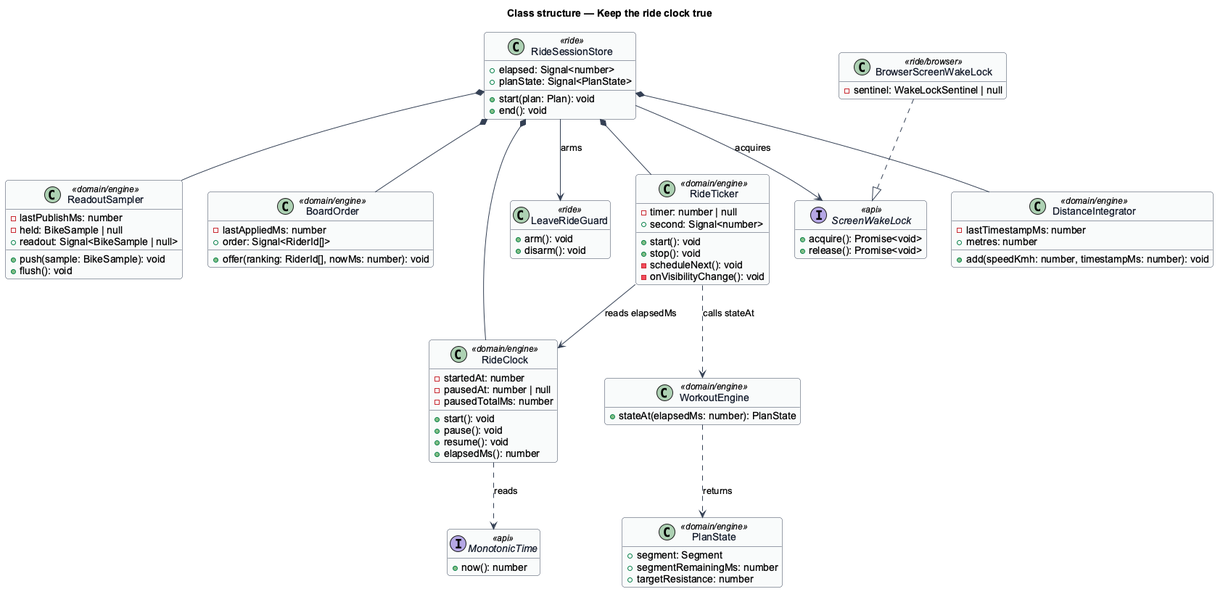
Above: docs/detailed-designs/performance/keep-the-ride-clock-true/diagrams/class-structure.png in QuinntyneBrown/ride-one (PlantUML), before the change. The source it was exported from:
```plantuml
@startuml
skinparam backgroundColor #FFFFFF
skinparam shadowing false
skinparam roundcorner 8
skinparam defaultFontName Arial
skinparam ArrowColor #344054
skinparam class {
  BorderColor #344054
  FontColor #101828
  BackgroundColor #F9FAFB
}
title Class structure — Keep the ride clock true
hide empty members

interface MonotonicTime <<api>> {
  +now(): number
}
class RideClock <<domain/engine>> {
  -startedAt: number
  -pausedAt: number | null
  -pausedTotalMs: number
  +start(): void
  +pause(): void
  +resume(): void
  +elapsedMs(): number
}
class RideTicker <<domain/engine>> {
  -timer: number | null
  +second: Signal<number>
  +start(): void
  +stop(): void
  -scheduleNext(): void
  -onVisibilityChange(): void
}
class WorkoutEngine <<domain/engine>> {
  +stateAt(elapsedMs: number): PlanState
}
class PlanState <<domain/engine>> {
  +segment: Segment
  +segmentRemainingMs: number
  +targetResistance: number
}
class DistanceIntegrator <<domain/engine>> {
  -lastTimestampMs: number
  +metres: number
  +add(speedKmh: number, timestampMs: number): void
}
class ReadoutSampler <<domain/engine>> {
  -lastPublishMs: number
  -held: BikeSample | null
  +readout: Signal<BikeSample | null>
  +push(sample: BikeSample): void
  +flush(): void
}
class BoardOrder <<domain/engine>> {
  -lastAppliedMs: number
  +order: Signal<RiderId[]>
  +offer(ranking: RiderId[], nowMs: number): void
}
interface ScreenWakeLock <<api>> {
  +acquire(): Promise<void>
  +release(): Promise<void>
}
class BrowserScreenWakeLock <<ride/browser>> {
  -sentinel: WakeLockSentinel | null
}
class LeaveRideGuard <<ride>> {
  +arm(): void
  +disarm(): void
}
class RideSessionStore <<ride>> {
  +elapsed: Signal<number>
  +planState: Signal<PlanState>
  +start(plan: Plan): void
  +end(): void
}
RideClock ..> MonotonicTime : reads
RideTicker --> RideClock : reads elapsedMs
RideTicker ..> WorkoutEngine : calls stateAt
WorkoutEngine ..> PlanState : returns
BrowserScreenWakeLock ..|> ScreenWakeLock
RideSessionStore *-- RideClock
RideSessionStore *-- RideTicker
RideSessionStore *-- DistanceIntegrator
RideSessionStore *-- ReadoutSampler
RideSessionStore *-- BoardOrder
RideSessionStore --> ScreenWakeLock : acquires
RideSessionStore --> LeaveRideGuard : arms
@enduml
```
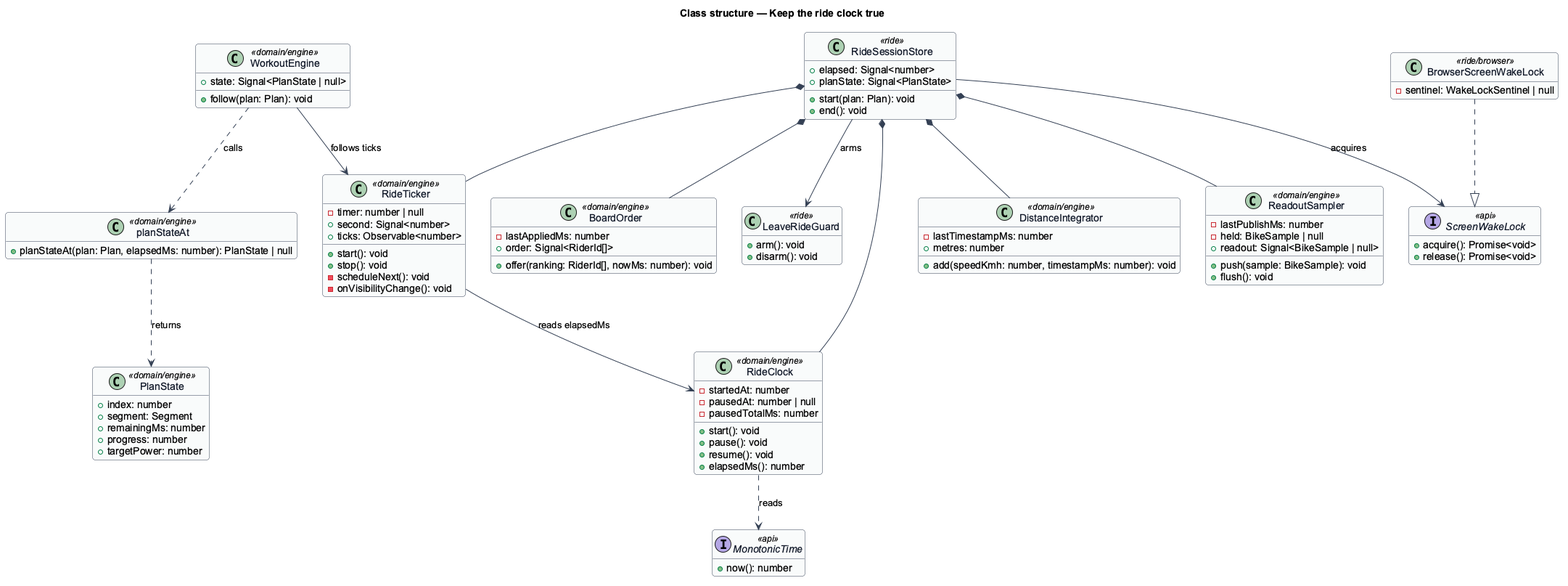
Above is the later version.

Change to the diagram source:
```diff
@@ -27,18 +27,25 @@
 class RideTicker <<domain/engine>> {
   -timer: number | null
   +second: Signal<number>
+  +ticks: Observable<number>
   +start(): void
   +stop(): void
   -scheduleNext(): void
   -onVisibilityChange(): void
 }
 class WorkoutEngine <<domain/engine>> {
-  +stateAt(elapsedMs: number): PlanState
+  +state: Signal<PlanState | null>
+  +follow(plan: Plan): void
+}
+class planStateAt <<domain/engine>> {
+  +planStateAt(plan: Plan, elapsedMs: number): PlanState | null
 }
 class PlanState <<domain/engine>> {
+  +index: number
   +segment: Segment
-  +segmentRemainingMs: number
-  +targetResistance: number
+  +remainingMs: number
+  +progress: number
+  +targetPower: number
 }
 class DistanceIntegrator <<domain/engine>> {
   -lastTimestampMs: number
@@ -76,8 +83,9 @@
 }
 RideClock ..> MonotonicTime : reads
 RideTicker --> RideClock : reads elapsedMs
-RideTicker ..> WorkoutEngine : calls stateAt
-WorkoutEngine ..> PlanState : returns
+WorkoutEngine --> RideTicker : follows ticks
+WorkoutEngine ..> planStateAt : calls
+planStateAt ..> PlanState : returns
 BrowserScreenWakeLock ..|> ScreenWakeLock
 RideSessionStore *-- RideClock
 RideSessionStore *-- RideTicker
```
